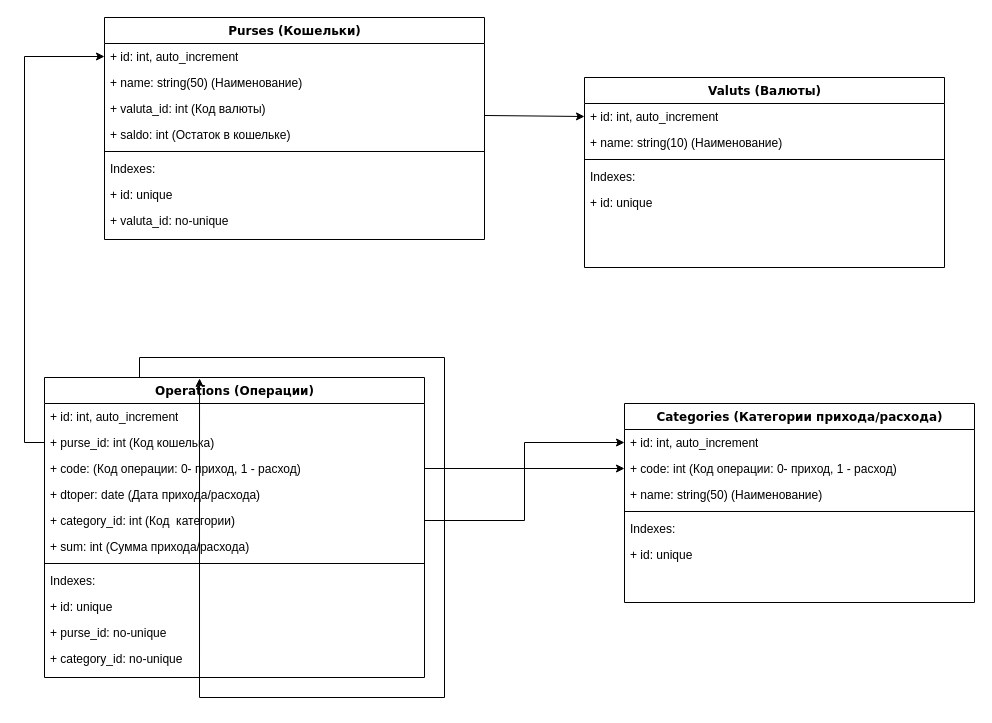
Earlier version of the draw.io diagram Untitled Diagram.drawio (SerikRakhimov/Project_MyFinance_Database). Source tidied: cells renumbered, new cells numbered last; positions are measured from the earlier drawing's top-left corner, leaving out a move shared by most shapes. Both pictures are drawn from the tidied source at 100%, with x=0, y=0 at pixel (44, 17).
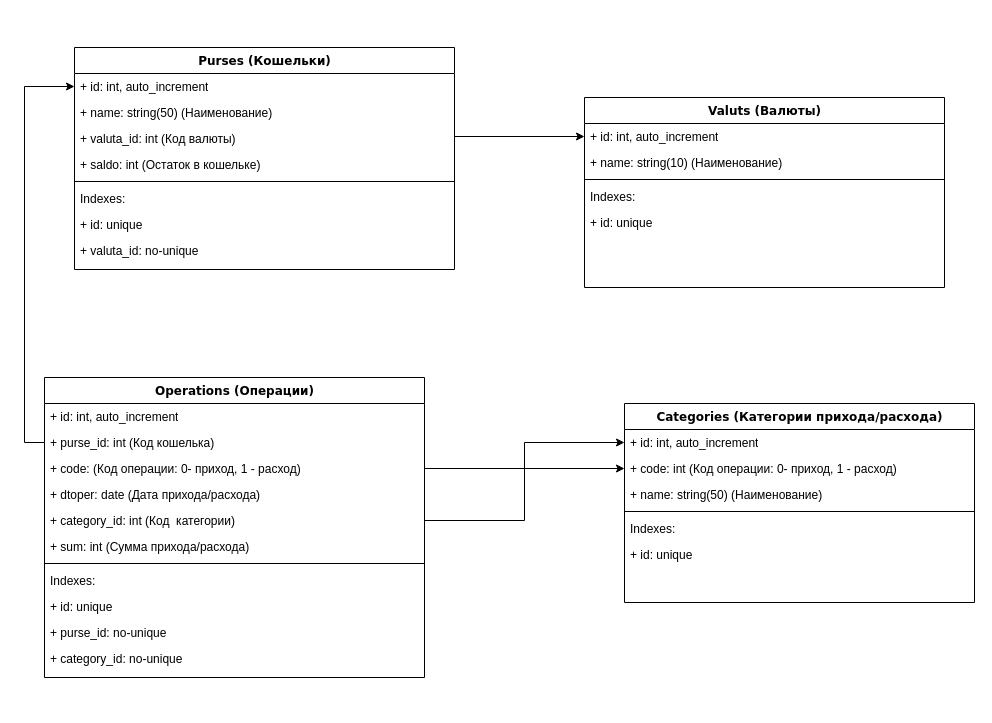
After the change.

The change refers to these unchanged cells:
```xml
<mxCell id="4" value="+ id: int, auto_increment" style="text;html=1;strokeColor=none;fillColor=none;align=left;verticalAlign=top;spacingLeft=4;spacingRight=4;whiteSpace=wrap;overflow=hidden;points=[[0,0.5],[1,0.5]];portConstraint=eastwest;" parent="3" vertex="1">
  <mxGeometry y="26" width="360" height="26" as="geometry" />
</mxCell>
<mxCell id="12" value="+ valuta_id: int (Код валюты)" style="text;html=1;strokeColor=none;fillColor=none;align=left;verticalAlign=top;spacingLeft=4;spacingRight=4;whiteSpace=wrap;overflow=hidden;points=[[0,0.5],[1,0.5]];portConstraint=eastwest;" parent="9" vertex="1">
  <mxGeometry y="78" width="380" height="26" as="geometry" />
</mxCell>
<mxCell id="25" value="Operations (Операции)" style="swimlane;html=1;fontStyle=1;align=center;verticalAlign=top;horizontal=1;startSize=26;swimlaneFillColor=#ffffff;rounded=0;shadow=0;comic=0;labelBackgroundColor=none;strokeWidth=1;fillColor=none;fontFamily=Verdana;fontSize=12;" parent="1" vertex="1">
  <mxGeometry y="360" width="380" height="300" as="geometry" />
</mxCell>
```

Change to the diagram source:
```diff
@@
     <mxCell id="3" value="Valuts (Валюты)" style="swimlane;html=1;fontStyle=1;align=center;verticalAlign=top;horizontal=1;startSize=26;swimlaneFillColor=#ffffff;rounded=0;shadow=0;comic=0;labelBackgroundColor=none;strokeWidth=1;fillColor=none;fontFamily=Verdana;fontSize=12;" parent="1" vertex="1">
-      <mxGeometry x="540" y="60" width="360" height="190" as="geometry" />
+      <mxGeometry x="540" y="80" width="360" height="190" as="geometry" />
     </mxCell>
@@
     <mxCell id="9" value="Purses (Кошельки)" style="swimlane;html=1;fontStyle=1;align=center;verticalAlign=top;horizontal=1;startSize=26;swimlaneFillColor=#ffffff;rounded=0;shadow=0;comic=0;labelBackgroundColor=none;strokeWidth=1;fillColor=none;fontFamily=Verdana;fontSize=12;" parent="1" vertex="1">
-      <mxGeometry x="60" width="380" height="222" as="geometry" />
+      <mxGeometry x="30" y="30" width="380" height="222" as="geometry" />
     </mxCell>
@@
     <mxCell id="37" style="edgeStyle=orthogonalEdgeStyle;rounded=0;jettySize=auto;html=1;entryX=0;entryY=0.5;entryDx=0;entryDy=0;exitX=1;exitY=0.769;exitDx=0;exitDy=0;exitPerimeter=0;" parent="1" edge="1" source="12" target="4">
       <mxGeometry relative="1" as="geometry">
         <Array as="points">
-          <mxPoint x="540" y="98" />
+          <mxPoint x="410" y="119" />
         </Array>
       </mxGeometry>
     </mxCell>
@@
-    <mxCell id="40" style="edgeStyle=orthogonalEdgeStyle;rounded=0;orthogonalLoop=1;jettySize=auto;html=1;exitX=0.25;exitY=0;exitDx=0;exitDy=0;entryX=0.408;entryY=0.003;entryDx=0;entryDy=0;entryPerimeter=0;" parent="1" edge="1" source="25" target="25">
-      <mxGeometry relative="1" as="geometry" />
-    </mxCell>
```
